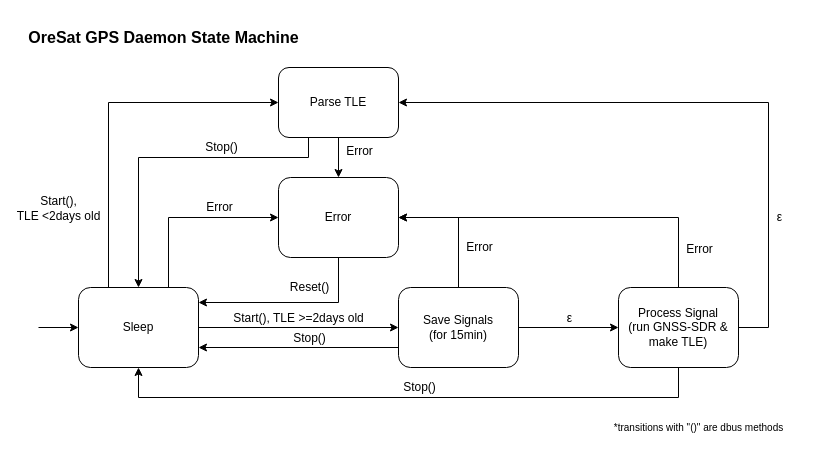
oresat/oresat-gps-software keeps this draw.io diagram as GPS_state_diagram.drawio. Above is the earlier version. Source tidied: cells renumbered, new cells numbered last; positions are measured from the earlier drawing's top-left corner, leaving out a move shared by most shapes. Both pictures are drawn from the tidied source at 100%, with x=0, y=0 at pixel (18, 27).
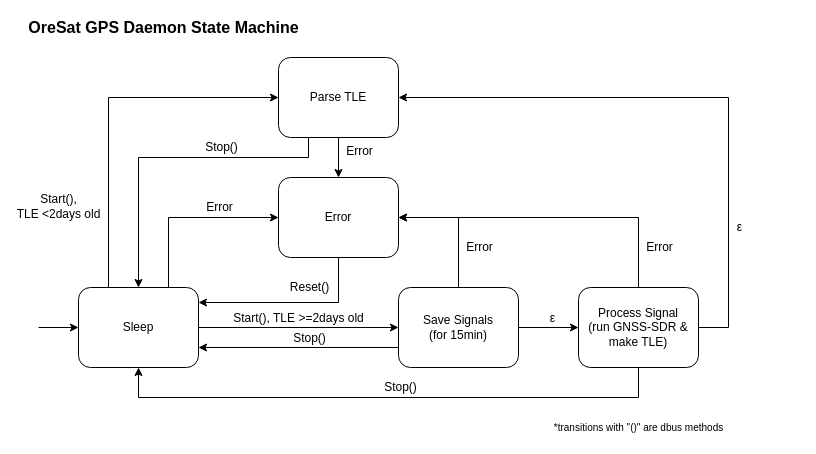
After the change.

Commit message (it also covers changes not shown here):
updates to state machine diagram

The change refers to these unchanged cells:
```xml
<mxCell id="8" value="Sleep" style="rounded=1;whiteSpace=wrap;html=1;" parent="1" vertex="1">
  <mxGeometry x="60" y="260" width="120" height="80" as="geometry" />
</mxCell>
<mxCell id="30" value="Error" style="rounded=1;whiteSpace=wrap;html=1;" parent="1" vertex="1">
  <mxGeometry x="260" y="150" width="120" height="80" as="geometry" />
</mxCell>
```

The edit, as a diff of the source:
```diff
@@
     <mxCell id="4" style="edgeStyle=orthogonalEdgeStyle;rounded=0;jettySize=auto;html=1;entryX=0;entryY=0.5;entryDx=0;entryDy=0;" parent="1" edge="1" source="8" target="13">
       <mxGeometry relative="1" as="geometry">
         <Array as="points">
-          <mxPoint x="90" y="75" />
+          <mxPoint x="90" y="70" />
         </Array>
       </mxGeometry>
     </mxCell>
@@
     <mxCell id="13" value="Parse TLE" style="rounded=1;whiteSpace=wrap;html=1;" parent="1" vertex="1">
-      <mxGeometry x="260" y="40" width="120" height="70" as="geometry" />
+      <mxGeometry x="260" y="30" width="120" height="80" as="geometry" />
     </mxCell>
@@
-    <mxCell id="21" style="edgeStyle=orthogonalEdgeStyle;rounded=0;jettySize=auto;html=1;entryX=1;entryY=0.5;entryDx=0;entryDy=0;" parent="1" edge="1" source="27" target="30">
+    <mxCell id="21" style="edgeStyle=orthogonalEdgeStyle;rounded=0;jettySize=auto;html=1;entryX=1;entryY=0.5;entryDx=0;entryDy=0;exitX=0.5;exitY=0;exitDx=0;exitDy=0;" parent="1" edge="1" source="27" target="30">
       <mxGeometry relative="1" as="geometry">
         <Array as="points">
-          <mxPoint x="660" y="190" />
+          <mxPoint x="620" y="190" />
         </Array>
       </mxGeometry>
     </mxCell>
     <mxCell id="22" value="Error" style="text;html=1;align=center;verticalAlign=middle;labelBackgroundColor=#ffffff;" parent="21" vertex="1">
       <mxGeometry x="-0.73" y="-1" relative="1" as="geometry">
-        <mxPoint x="19" y="8.6" as="offset" />
+        <mxPoint x="19" y="1.7" as="offset" />
       </mxGeometry>
     </mxCell>
     <mxCell id="23" style="edgeStyle=orthogonalEdgeStyle;rounded=0;jettySize=auto;html=1;entryX=1;entryY=0.5;entryDx=0;entryDy=0;" parent="1" edge="1" source="27" target="13">
       <mxGeometry relative="1" as="geometry">
         <Array as="points">
-          <mxPoint x="750" y="300" />
-          <mxPoint x="750" y="75" />
+          <mxPoint x="710" y="300" />
+          <mxPoint x="710" y="70" />
         </Array>
       </mxGeometry>
     </mxCell>
@@
-    <mxCell id="25" style="edgeStyle=orthogonalEdgeStyle;rounded=0;jettySize=auto;html=1;entryX=0.5;entryY=1;entryDx=0;entryDy=0;" parent="1" edge="1" source="27" target="8">
+    <mxCell id="25" style="edgeStyle=orthogonalEdgeStyle;rounded=0;jettySize=auto;html=1;entryX=0.5;entryY=1;entryDx=0;entryDy=0;exitX=0.5;exitY=1;exitDx=0;exitDy=0;" parent="1" edge="1" source="27" target="8">
       <mxGeometry relative="1" as="geometry">
         <Array as="points">
-          <mxPoint x="660" y="370" />
+          <mxPoint x="620" y="370" />
           <mxPoint x="120" y="370" />
         </Array>
       </mxGeometry>
     </mxCell>
@@
     <mxCell id="27" value="Process Signal &lt;br&gt;(run GNSS-SDR &amp;amp; make TLE)" style="rounded=1;whiteSpace=wrap;html=1;" parent="1" vertex="1">
-      <mxGeometry x="600" y="260" width="120" height="80" as="geometry" />
+      <mxGeometry x="560" y="260" width="120" height="80" as="geometry" />
     </mxCell>
@@
     <mxCell id="32" value="&lt;b&gt;&lt;font style=&quot;font-size: 16px&quot;&gt;OreSat GPS Daemon State Machine&lt;/font&gt;&lt;/b&gt;" style="text;html=1;align=center;verticalAlign=middle;" parent="1" vertex="1">
-      <mxGeometry width="290" height="20" as="geometry" />
+      <mxGeometry y="-10" width="290" height="20" as="geometry" />
     </mxCell>
     <mxCell id="33" value="&lt;font style=&quot;font-size: 10px&quot;&gt;*transitions with &quot;()&quot; are dbus methods&lt;/font&gt;" style="text;html=1;align=center;verticalAlign=middle;" parent="1" vertex="1">
-      <mxGeometry x="580" y="390" width="200" height="20" as="geometry" />
+      <mxGeometry x="520" y="390" width="200" height="20" as="geometry" />
     </mxCell>
```
